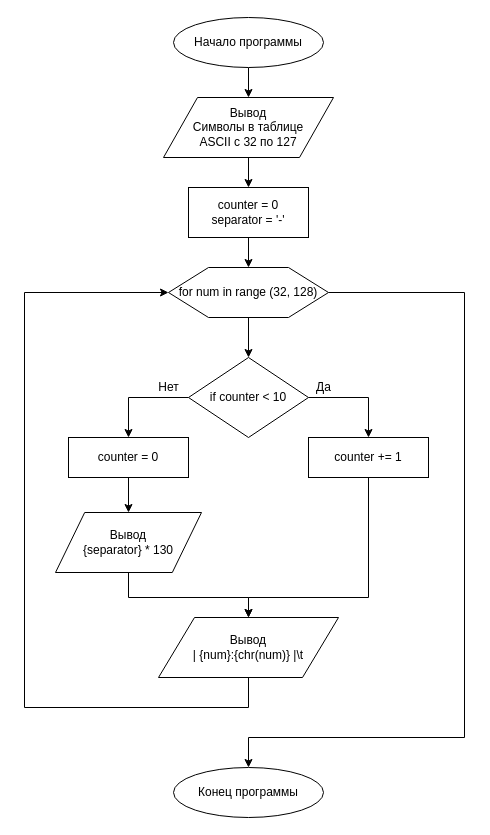
Above: page "homework_2.5" (5 of 9) of lesson_2/lesson_2.drawio in MaximJoinedGit/-Algorithms-and-data-structures-on-Python (draw.io), before the change. Source tidied: cells renumbered, new cells numbered last; positions are measured from the earlier drawing's top-left corner, leaving out a move shared by most shapes. Both pictures are drawn from the tidied source at 100%, with x=0, y=0 at pixel (24, 17).
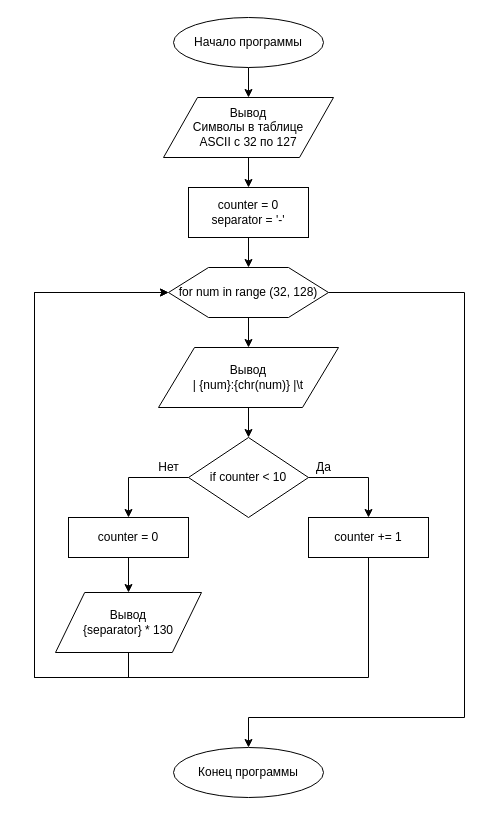
The same page after the edit.

Unchanged cells that the change refers to:
```xml
<mxCell id="8" value="for num in range (32, 128)" style="shape=hexagon;perimeter=hexagonPerimeter2;whiteSpace=wrap;html=1;" parent="1" vertex="1">
  <mxGeometry x="144" y="250" width="160" height="50" as="geometry" />
</mxCell>
```

Change to the diagram source:
```diff
@@
-    <mxCell id="6" style="edgeStyle=orthogonalEdgeStyle;rounded=0;jettySize=auto;html=1;exitX=0.5;exitY=1;exitDx=0;exitDy=0;entryX=0.5;entryY=0;entryDx=0;entryDy=0;" parent="1" edge="1" source="8" target="16">
-      <mxGeometry relative="1" as="geometry" />
-    </mxCell>
     <mxCell id="7" style="edgeStyle=orthogonalEdgeStyle;rounded=0;jettySize=auto;html=1;exitX=1;exitY=0.5;exitDx=0;exitDy=0;entryX=0.5;entryY=0;entryDx=0;entryDy=0;" parent="1" edge="1" source="8" target="11">
       <mxGeometry relative="1" as="geometry">
         <Array as="points">
           <mxPoint x="440" y="275" />
-          <mxPoint x="440" y="720" />
+          <mxPoint x="440" y="700" />
+          <mxPoint x="224" y="700" />
         </Array>
       </mxGeometry>
     </mxCell>
+    <mxCell id="25" style="edgeStyle=orthogonalEdgeStyle;rounded=0;jettySize=auto;html=1;exitX=0.5;exitY=1;exitDx=0;exitDy=0;entryX=0.5;entryY=0;entryDx=0;entryDy=0;" parent="1" edge="1" source="8" target="10">
+      <mxGeometry relative="1" as="geometry" />
+    </mxCell>
@@
-    <mxCell id="9" style="edgeStyle=orthogonalEdgeStyle;rounded=0;jettySize=auto;html=1;exitX=0.5;exitY=1;exitDx=0;exitDy=0;entryX=0;entryY=0.5;entryDx=0;entryDy=0;" parent="1" edge="1" source="10" target="8">
-      <mxGeometry relative="1" as="geometry">
-        <Array as="points">
-          <mxPoint x="224" y="690" />
-          <mxPoint y="690" />
-          <mxPoint y="275" />
-        </Array>
-      </mxGeometry>
-    </mxCell>
-    <mxCell id="10" value="Вывод&lt;br&gt;| {num}:{chr(num)} |\t" style="shape=parallelogram;perimeter=parallelogramPerimeter;whiteSpace=wrap;html=1;" parent="1" vertex="1">
-      <mxGeometry x="134" y="600" width="180" height="60" as="geometry" />
-    </mxCell>
     <mxCell id="11" value="Конец программы" style="ellipse;whiteSpace=wrap;html=1;" parent="1" vertex="1">
-      <mxGeometry x="149" y="750" width="150" height="50" as="geometry" />
+      <mxGeometry x="149" y="730" width="150" height="50" as="geometry" />
     </mxCell>
@@
     <mxCell id="16" value="if counter &amp;lt; 10" style="rhombus;whiteSpace=wrap;html=1;" parent="1" vertex="1">
-      <mxGeometry x="164" y="340" width="120" height="80" as="geometry" />
+      <mxGeometry x="164" y="420" width="120" height="80" as="geometry" />
     </mxCell>
     <mxCell id="17" value="Да" style="text;html=1;align=center;verticalAlign=middle;" parent="1" vertex="1">
-      <mxGeometry x="284" y="360" width="30" height="20" as="geometry" />
+      <mxGeometry x="284" y="440" width="30" height="20" as="geometry" />
     </mxCell>
     <mxCell id="18" value="Нет" style="text;html=1;align=center;verticalAlign=middle;" parent="1" vertex="1">
-      <mxGeometry x="124" y="360" width="40" height="20" as="geometry" />
+      <mxGeometry x="124" y="440" width="40" height="20" as="geometry" />
     </mxCell>
@@
     <mxCell id="20" value="counter = 0" style="rounded=0;whiteSpace=wrap;html=1;" parent="1" vertex="1">
-      <mxGeometry x="44" y="420" width="120" height="40" as="geometry" />
+      <mxGeometry x="44" y="500" width="120" height="40" as="geometry" />
     </mxCell>
-    <mxCell id="21" style="edgeStyle=orthogonalEdgeStyle;rounded=0;jettySize=auto;html=1;exitX=0.5;exitY=1;exitDx=0;exitDy=0;entryX=0.5;entryY=0;entryDx=0;entryDy=0;" parent="1" edge="1" source="22" target="10">
-      <mxGeometry relative="1" as="geometry">
-        <Array as="points">
-          <mxPoint x="344" y="580" />
-          <mxPoint x="224" y="580" />
-        </Array>
-      </mxGeometry>
-    </mxCell>
+    <mxCell id="26" style="edgeStyle=orthogonalEdgeStyle;rounded=0;jettySize=auto;html=1;exitX=0.5;exitY=1;exitDx=0;exitDy=0;entryX=0;entryY=0.5;entryDx=0;entryDy=0;" parent="1" edge="1" source="22" target="8">
+      <mxGeometry relative="1" as="geometry">
+        <Array as="points">
+          <mxPoint x="344" y="660" />
+          <mxPoint x="10" y="660" />
+          <mxPoint x="10" y="275" />
+        </Array>
+      </mxGeometry>
+    </mxCell>
     <mxCell id="22" value="counter += 1" style="rounded=0;whiteSpace=wrap;html=1;" parent="1" vertex="1">
-      <mxGeometry x="284" y="420" width="120" height="40" as="geometry" />
+      <mxGeometry x="284" y="500" width="120" height="40" as="geometry" />
     </mxCell>
-    <mxCell id="23" style="edgeStyle=orthogonalEdgeStyle;rounded=0;jettySize=auto;html=1;exitX=0.5;exitY=1;exitDx=0;exitDy=0;entryX=0.5;entryY=0;entryDx=0;entryDy=0;" parent="1" edge="1" source="24" target="10">
-      <mxGeometry relative="1" as="geometry">
-        <Array as="points">
-          <mxPoint x="104" y="580" />
-          <mxPoint x="224" y="580" />
-        </Array>
-      </mxGeometry>
-    </mxCell>
+    <mxCell id="27" style="edgeStyle=orthogonalEdgeStyle;rounded=0;jettySize=auto;html=1;exitX=0.5;exitY=1;exitDx=0;exitDy=0;entryX=0;entryY=0.5;entryDx=0;entryDy=0;" parent="1" edge="1" source="24" target="8">
+      <mxGeometry relative="1" as="geometry">
+        <Array as="points">
+          <mxPoint x="104" y="660" />
+          <mxPoint x="10" y="660" />
+          <mxPoint x="10" y="275" />
+        </Array>
+      </mxGeometry>
+    </mxCell>
     <mxCell id="24" value="Вывод&lt;br&gt;{separator} * 130" style="shape=parallelogram;perimeter=parallelogramPerimeter;whiteSpace=wrap;html=1;" parent="1" vertex="1">
-      <mxGeometry x="31" y="495" width="146" height="60" as="geometry" />
+      <mxGeometry x="31" y="575" width="146" height="60" as="geometry" />
     </mxCell>
+    <mxCell id="28" style="edgeStyle=orthogonalEdgeStyle;rounded=0;jettySize=auto;html=1;exitX=0.5;exitY=1;exitDx=0;exitDy=0;entryX=0.5;entryY=0;entryDx=0;entryDy=0;" parent="1" edge="1" source="10" target="16">
+      <mxGeometry relative="1" as="geometry" />
+    </mxCell>
+    <mxCell id="10" value="Вывод&lt;br&gt;| {num}:{chr(num)} |\t" style="shape=parallelogram;perimeter=parallelogramPerimeter;whiteSpace=wrap;html=1;" parent="1" vertex="1">
+      <mxGeometry x="134" y="330" width="180" height="60" as="geometry" />
+    </mxCell>
```
